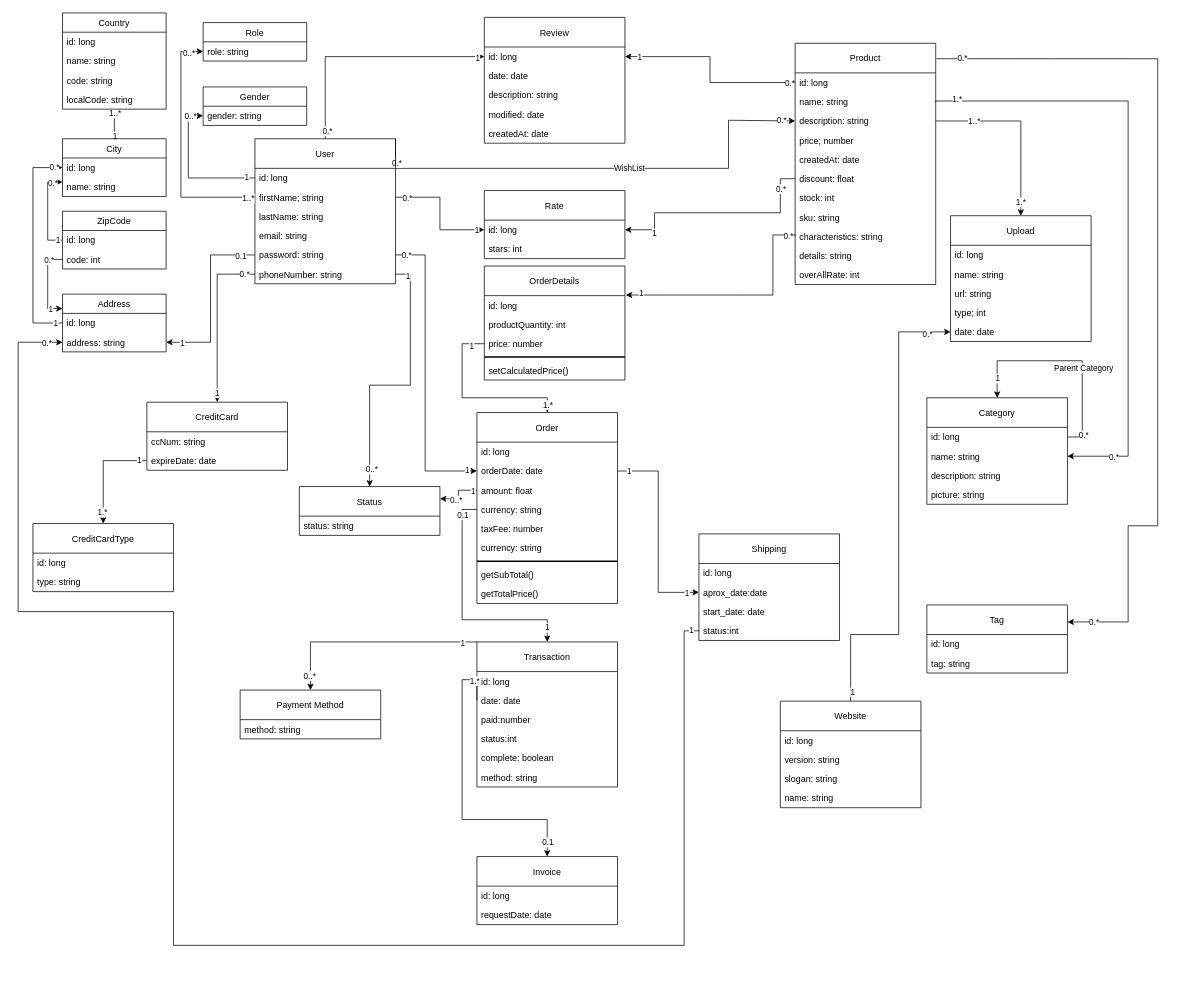
The draw.io diagram page "Ecommerce basic model" (1 of 4) of Class Diagram.drawio in Psycomentis06/AZIT-e-commerce-API-doc, before the edit. Source tidied: cells renumbered, new cells numbered last; positions are measured from the earlier drawing's top-left corner, leaving out a move shared by most shapes. Both pictures are drawn from the tidied source at 74%, with x=0, y=0 at pixel (18, 13).
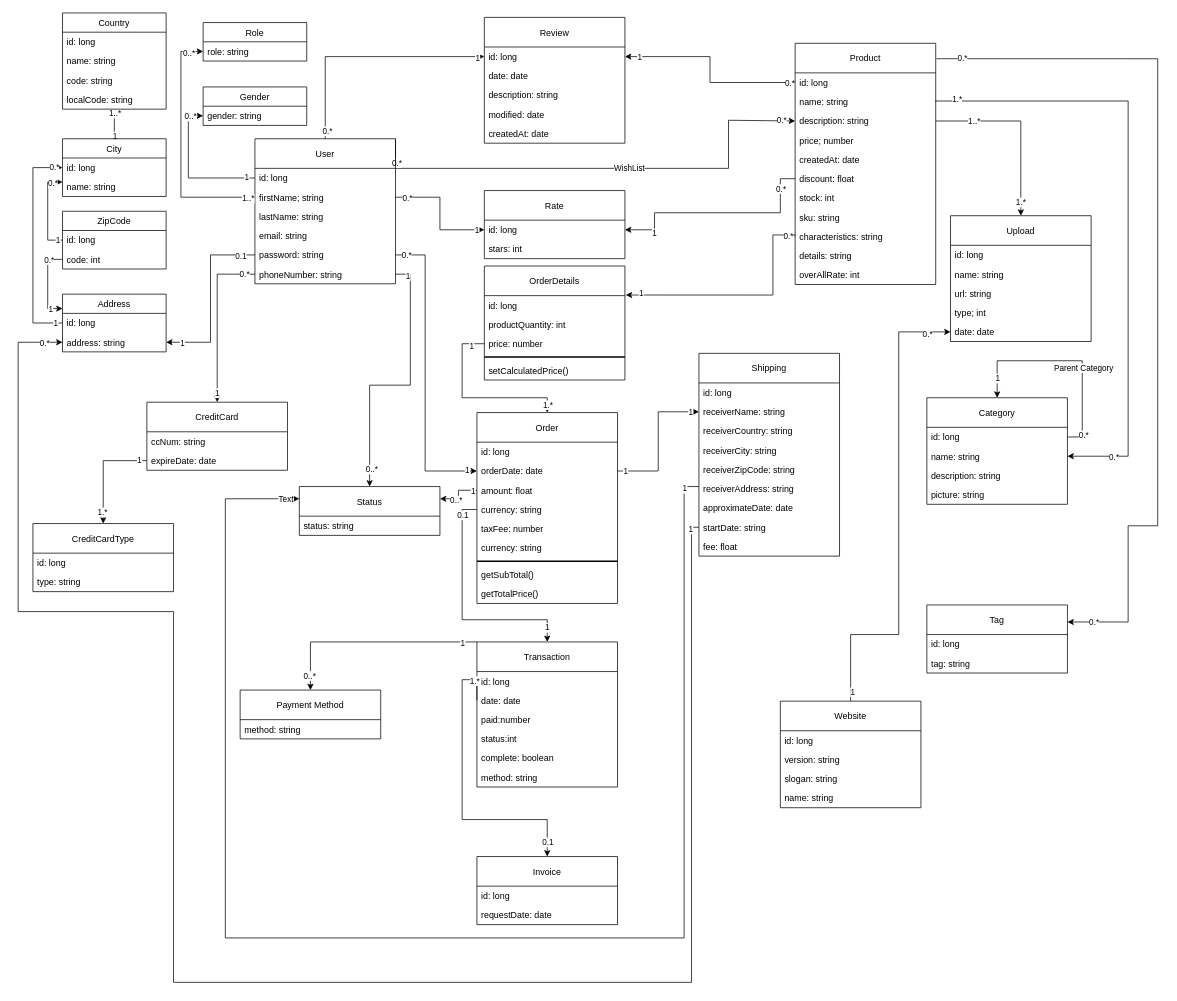
After the change.

The change refers to these unchanged cells:
```xml
<mxCell id="21" value="address: string" style="text;strokeColor=none;fillColor=none;align=left;verticalAlign=top;spacingLeft=4;spacingRight=4;overflow=hidden;points=[[0,0.5],[1,0.5]];portConstraint=eastwest;" parent="19" vertex="1">
  <mxGeometry y="52" width="140" height="26" as="geometry" />
</mxCell>
<mxCell id="187" value="Status" style="swimlane;fontStyle=0;horizontal=1;startSize=40;fillColor=none;" parent="1" vertex="1">
  <mxGeometry x="380" y="640" width="190" height="66" as="geometry" />
</mxCell>
```

Change to the diagram source:
```diff
@@
     <mxCell id="149" value="Shipping" style="swimlane;fontStyle=0;horizontal=1;startSize=40;fillColor=none;" parent="1" vertex="1">
-      <mxGeometry x="920" y="704" width="190" height="144" as="geometry" />
+      <mxGeometry x="920" y="460" width="190" height="274" as="geometry" />
     </mxCell>
@@
-    <mxCell id="151" value="aprox_date:date" style="text;strokeColor=none;fillColor=none;align=left;verticalAlign=top;spacingLeft=4;spacingRight=4;overflow=hidden;points=[[0,0.5],[1,0.5]];portConstraint=eastwest;" parent="149" vertex="1">
+    <mxCell id="151" value="receiverName: string" style="text;strokeColor=none;fillColor=none;align=left;verticalAlign=top;spacingLeft=4;spacingRight=4;overflow=hidden;points=[[0,0.5],[1,0.5]];portConstraint=eastwest;" parent="149" vertex="1">
       <mxGeometry y="66" width="190" height="26" as="geometry" />
     </mxCell>
-    <mxCell id="152" value="start_date: date" style="text;strokeColor=none;fillColor=none;align=left;verticalAlign=top;spacingLeft=4;spacingRight=4;overflow=hidden;" parent="149" vertex="1">
+    <mxCell id="152" value="receiverCountry: string" style="text;strokeColor=none;fillColor=none;align=left;verticalAlign=top;spacingLeft=4;spacingRight=4;overflow=hidden;" parent="149" vertex="1">
       <mxGeometry y="92" width="190" height="26" as="geometry" />
     </mxCell>
-    <mxCell id="153" value="status:int" style="text;strokeColor=none;fillColor=none;align=left;verticalAlign=top;spacingLeft=4;spacingRight=4;overflow=hidden;points=[[0,0.5],[1,0.5]];portConstraint=eastwest;" parent="149" vertex="1">
+    <mxCell id="153" value="receiverCity: string" style="text;strokeColor=none;fillColor=none;align=left;verticalAlign=top;spacingLeft=4;spacingRight=4;overflow=hidden;points=[[0,0.5],[1,0.5]];portConstraint=eastwest;" parent="149" vertex="1">
       <mxGeometry y="118" width="190" height="26" as="geometry" />
     </mxCell>
+    <mxCell id="197" value="receiverZipCode: string" style="text;strokeColor=none;fillColor=none;align=left;verticalAlign=top;spacingLeft=4;spacingRight=4;overflow=hidden;" parent="149" vertex="1">
+      <mxGeometry y="144" width="190" height="26" as="geometry" />
+    </mxCell>
+    <mxCell id="198" value="receiverAddress: string" style="text;strokeColor=none;fillColor=none;align=left;verticalAlign=top;spacingLeft=4;spacingRight=4;overflow=hidden;points=[[0,0.5],[1,0.5]];portConstraint=eastwest;" parent="149" vertex="1">
+      <mxGeometry y="170" width="190" height="26" as="geometry" />
+    </mxCell>
+    <mxCell id="199" value="approximateDate: date" style="text;strokeColor=none;fillColor=none;align=left;verticalAlign=top;spacingLeft=4;spacingRight=4;overflow=hidden;" parent="149" vertex="1">
+      <mxGeometry y="196" width="190" height="26" as="geometry" />
+    </mxCell>
+    <mxCell id="200" value="startDate: string" style="text;strokeColor=none;fillColor=none;align=left;verticalAlign=top;spacingLeft=4;spacingRight=4;overflow=hidden;points=[[0,0.5],[1,0.5]];portConstraint=eastwest;" parent="149" vertex="1">
+      <mxGeometry y="222" width="190" height="26" as="geometry" />
+    </mxCell>
+    <mxCell id="201" value="fee: float" style="text;strokeColor=none;fillColor=none;align=left;verticalAlign=top;spacingLeft=4;spacingRight=4;overflow=hidden;" parent="149" vertex="1">
+      <mxGeometry y="248" width="190" height="26" as="geometry" />
+    </mxCell>
@@
-    <mxCell id="157" style="edgeStyle=orthogonalEdgeStyle;rounded=0;jettySize=auto;html=1;exitX=0;exitY=0.5;exitDx=0;exitDy=0;entryX=0;entryY=0.5;entryDx=0;entryDy=0;" parent="1" edge="1" source="153" target="21">
+    <mxCell id="157" style="edgeStyle=orthogonalEdgeStyle;rounded=0;jettySize=auto;html=1;exitX=0;exitY=0.5;exitDx=0;exitDy=0;entryX=0;entryY=0.5;entryDx=0;entryDy=0;" parent="1" edge="1" source="200" target="21">
       <mxGeometry relative="1" as="geometry">
         <Array as="points">
-          <mxPoint x="900" y="835" />
-          <mxPoint x="900" y="1260" />
-          <mxPoint x="210" y="1260" />
+          <mxPoint x="910" y="695" />
+          <mxPoint x="910" y="1310" />
+          <mxPoint x="210" y="1310" />
           <mxPoint x="210" y="809" />
           <mxPoint y="809" />
           <mxPoint y="445" />
         </Array>
       </mxGeometry>
     </mxCell>
@@
+    <mxCell id="202" style="edgeStyle=orthogonalEdgeStyle;rounded=0;jettySize=auto;html=1;exitX=0;exitY=0.385;exitDx=0;exitDy=0;entryX=0;entryY=0.25;entryDx=0;entryDy=0;labelBackgroundColor=#000000;exitPerimeter=0;" parent="1" edge="1" source="198" target="187">
+      <mxGeometry relative="1" as="geometry">
+        <Array as="points">
+          <mxPoint x="900" y="640" />
+          <mxPoint x="900" y="1250" />
+          <mxPoint x="280" y="1250" />
+          <mxPoint x="280" y="657" />
+        </Array>
+      </mxGeometry>
+    </mxCell>
+    <mxCell id="203" value="Text" style="edgeLabel;html=1;align=center;verticalAlign=middle;" parent="202" vertex="1">
+      <mxGeometry x="0.98" relative="1" as="geometry">
+        <mxPoint x="1" y="1" as="offset" />
+      </mxGeometry>
+    </mxCell>
+    <mxCell id="204" value="1" style="edgeLabel;html=1;align=center;verticalAlign=middle;" parent="202" vertex="1">
+      <mxGeometry x="-0.98" y="2" relative="1" as="geometry" />
+    </mxCell>
```
